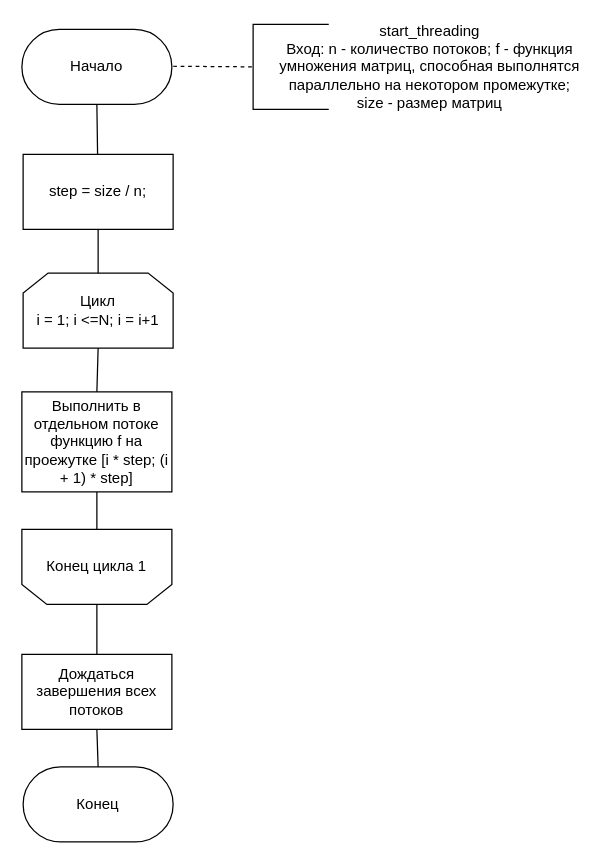
Above: lab_04/report/start_threading.drawio in mRrvz/bmstu-aa (draw.io), before the change. Source tidied: cells renumbered, new cells numbered last; positions are measured from the earlier drawing's top-left corner, leaving out a move shared by most shapes. Both pictures are drawn from the tidied source at 125%, with x=0, y=0 at pixel (21, 29).
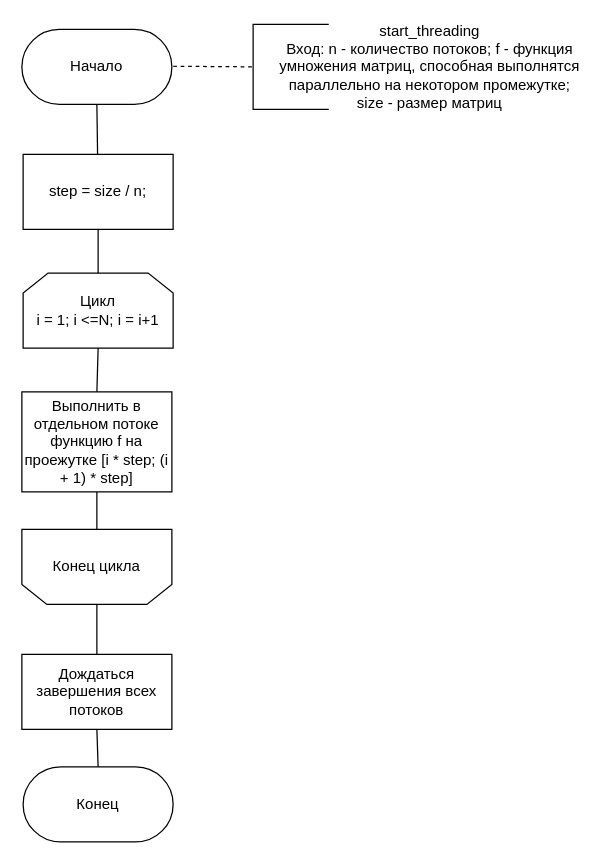
The same diagram, later.

Diff of the diagram source:
```diff
@@
 <mxGraphModel>
   <root>
     <mxCell id="0" />
     <mxCell id="1" parent="0" />
     <mxCell id="2" value="Начало" style="rounded=1;whiteSpace=wrap;html=1;arcSize=50;" parent="1" vertex="1">
       <mxGeometry width="120" height="60" as="geometry" />
     </mxCell>
     <mxCell id="3" value="start_threading&lt;br&gt;&lt;div&gt;Вход: n - количество потоков; f - функция умножения матриц, способная выполнятся параллельно на некотором промежутке;&lt;/div&gt;&lt;div&gt;size - размер матриц&lt;br&gt;&lt;/div&gt;" style="text;html=1;strokeColor=none;fillColor=none;align=center;verticalAlign=middle;whiteSpace=wrap;rounded=0;" parent="1" vertex="1">
       <mxGeometry x="201" y="10" width="250.5" height="40" as="geometry" />
     </mxCell>
     <mxCell id="4" value="Цикл &lt;br&gt;i = 1; i &amp;lt;=N; i = i+1" style="shape=loopLimit;whiteSpace=wrap;html=1;" parent="1" vertex="1">
       <mxGeometry x="1" y="195" width="120" height="60" as="geometry" />
     </mxCell>
     <mxCell id="5" value="step = size / n;" style="rounded=0;whiteSpace=wrap;html=1;" parent="1" vertex="1">
       <mxGeometry x="1" y="100" width="120" height="60" as="geometry" />
     </mxCell>
-    <mxCell id="6" value="Конец цикла 1" style="shape=loopLimit;whiteSpace=wrap;html=1;direction=west;" parent="1" vertex="1">
+    <mxCell id="6" value="Конец цикла" style="shape=loopLimit;whiteSpace=wrap;html=1;direction=west;" parent="1" vertex="1">
       <mxGeometry y="400" width="120" height="60" as="geometry" />
     </mxCell>
     <mxCell id="7" value="Конец" style="rounded=1;whiteSpace=wrap;html=1;arcSize=50;" parent="1" vertex="1">
       <mxGeometry x="1" y="590" width="120" height="60" as="geometry" />
     </mxCell>
     <mxCell id="8" style="shape=partialRectangle;whiteSpace=wrap;html=1;bottom=1;right=1;left=1;top=0;fillColor=none;routingCenterX=-0.5;rotation=90;" parent="1" vertex="1">
       <mxGeometry x="181" width="68" height="60" as="geometry" />
     </mxCell>
     <mxCell id="9" style="endArrow=none;dashed=1;html=1;entryX=0.5;entryY=1;entryDx=0;entryDy=0;" parent="1" edge="1" target="8">
       <mxGeometry relative="1" as="geometry">
         <mxPoint x="121" y="29.5" as="sourcePoint" />
       </mxGeometry>
     </mxCell>
     <mxCell id="10" style="endArrow=none;html=1;entryX=0.5;entryY=1;entryDx=0;entryDy=0;" parent="1" edge="1" source="5" target="2">
       <mxGeometry relative="1" as="geometry" />
     </mxCell>
     <mxCell id="11" style="endArrow=none;html=1;entryX=0.5;entryY=1;entryDx=0;entryDy=0;" parent="1" edge="1" source="4" target="5">
       <mxGeometry relative="1" as="geometry" />
     </mxCell>
     <mxCell id="12" value="Выполнить в отдельном потоке функцию f на проежутке [i * step; (i + 1) * step]" style="rounded=0;whiteSpace=wrap;html=1;" parent="1" vertex="1">
       <mxGeometry y="290" width="120" height="80" as="geometry" />
     </mxCell>
     <mxCell id="13" value="Дождаться завершения всех потоков" style="rounded=0;whiteSpace=wrap;html=1;" parent="1" vertex="1">
       <mxGeometry y="500" width="120" height="60" as="geometry" />
     </mxCell>
     <mxCell id="14" style="endArrow=none;html=1;entryX=0.5;entryY=1;entryDx=0;entryDy=0;exitX=0.5;exitY=0;exitDx=0;exitDy=0;" parent="1" edge="1" source="12" target="4">
       <mxGeometry relative="1" as="geometry" />
     </mxCell>
     <mxCell id="15" style="endArrow=none;html=1;entryX=0.5;entryY=1;entryDx=0;entryDy=0;exitX=0.5;exitY=1;exitDx=0;exitDy=0;" parent="1" edge="1" source="6" target="12">
       <mxGeometry relative="1" as="geometry" />
     </mxCell>
     <mxCell id="16" style="endArrow=none;html=1;entryX=0.5;entryY=0;entryDx=0;entryDy=0;exitX=0.5;exitY=0;exitDx=0;exitDy=0;" parent="1" edge="1" source="13" target="6">
       <mxGeometry relative="1" as="geometry" />
     </mxCell>
     <mxCell id="17" style="endArrow=none;html=1;entryX=0.5;entryY=1;entryDx=0;entryDy=0;exitX=0.5;exitY=0;exitDx=0;exitDy=0;" parent="1" edge="1" source="7" target="13">
       <mxGeometry relative="1" as="geometry" />
     </mxCell>
   </root>
 </mxGraphModel>
```
